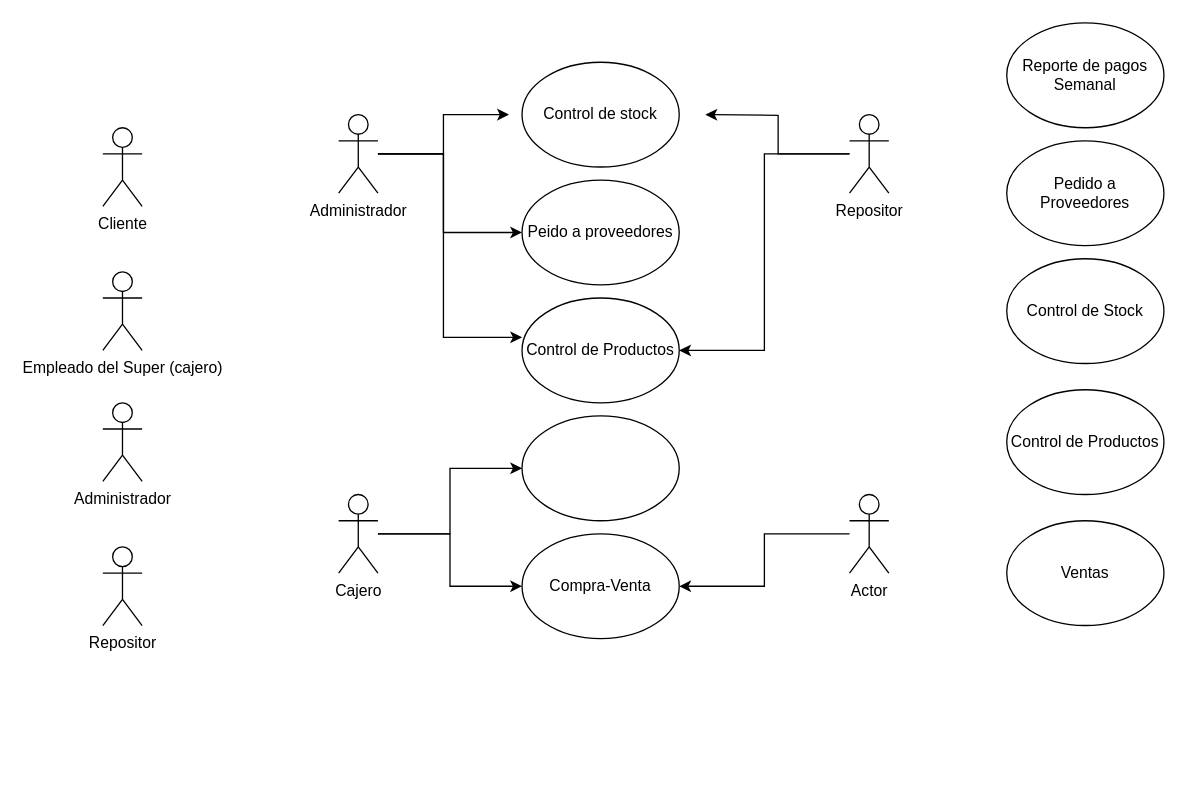
This is 03-Intro_to_QA/Diagrama sin título.drawio from MrHelmet96/Quality_Control_Automation, a draw.io file, before an edit. Source tidied: cells renumbered, new cells numbered last; positions are measured from the earlier drawing's top-left corner, leaving out a move shared by most shapes. Both pictures are drawn from the tidied source at 131%, with x=0, y=0 at pixel (102, 22).
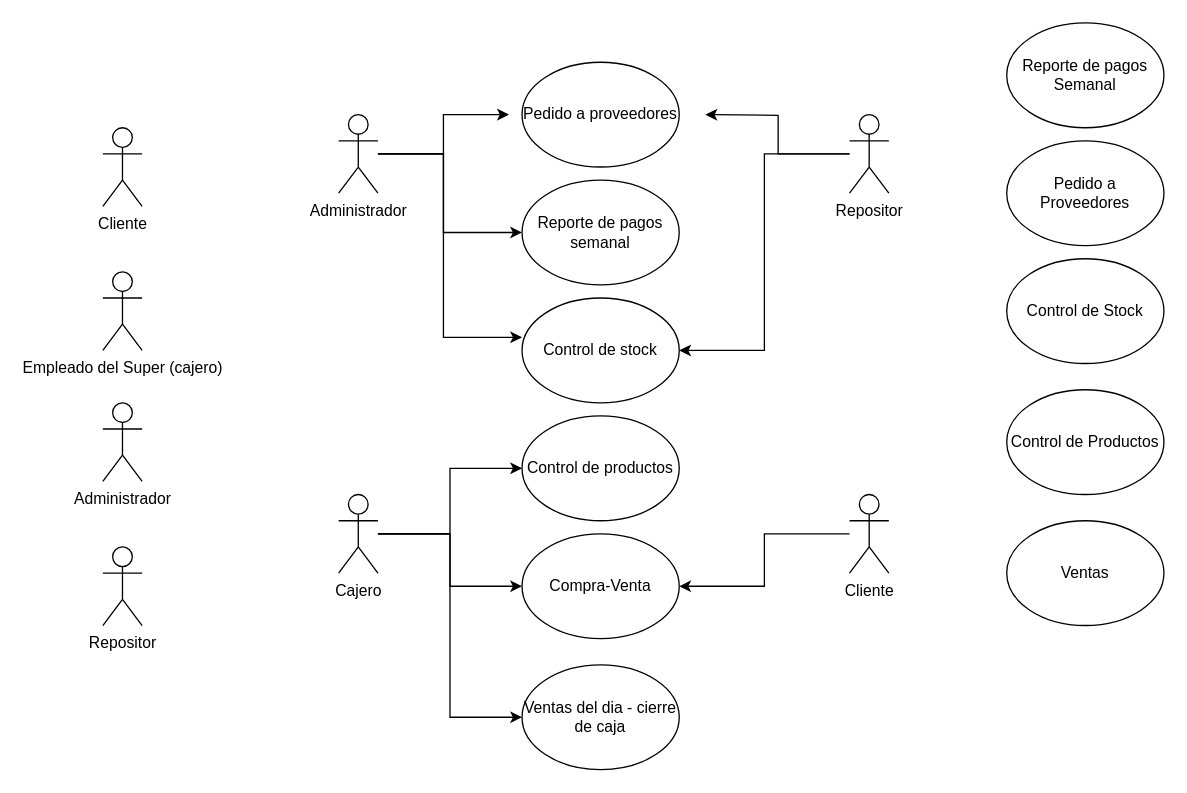
After the change.

Unchanged cells that the change refers to:
```xml
<mxCell id="13" value="Cajero" style="shape=umlActor;verticalLabelPosition=bottom;verticalAlign=top;html=1;outlineConnect=0;" parent="1" vertex="1">
  <mxGeometry x="180" y="360" width="30" height="60" as="geometry" />
</mxCell>
```

Diff of the diagram source:
```diff
@@
-    <mxCell id="10" value="Actor" style="shape=umlActor;verticalLabelPosition=bottom;verticalAlign=top;html=1;outlineConnect=0;" parent="1" vertex="1">
+    <mxCell id="10" value="Cliente" style="shape=umlActor;verticalLabelPosition=bottom;verticalAlign=top;html=1;outlineConnect=0;" parent="1" vertex="1">
       <mxGeometry x="570" y="360" width="30" height="60" as="geometry" />
     </mxCell>
@@
+    <mxCell id="28" style="edgeStyle=orthogonalEdgeStyle;rounded=0;jettySize=auto;html=1;entryX=0;entryY=0.5;entryDx=0;entryDy=0;" parent="1" edge="1" source="13" target="29">
+      <mxGeometry relative="1" as="geometry" />
+    </mxCell>
@@
-    <mxCell id="14" value="Control de stock" style="ellipse;whiteSpace=wrap;html=1;" parent="1" vertex="1">
+    <mxCell id="14" value="Pedido a proveedores" style="ellipse;whiteSpace=wrap;html=1;" parent="1" vertex="1">
       <mxGeometry x="320" y="30" width="120" height="80" as="geometry" />
     </mxCell>
-    <mxCell id="15" value="Peido a proveedores" style="ellipse;whiteSpace=wrap;html=1;" parent="1" vertex="1">
+    <mxCell id="15" value="Reporte de pagos semanal" style="ellipse;whiteSpace=wrap;html=1;" parent="1" vertex="1">
       <mxGeometry x="320" y="120" width="120" height="80" as="geometry" />
     </mxCell>
-    <mxCell id="16" value="Control de Productos" style="ellipse;whiteSpace=wrap;html=1;" parent="1" vertex="1">
+    <mxCell id="16" value="Control de stock" style="ellipse;whiteSpace=wrap;html=1;" parent="1" vertex="1">
       <mxGeometry x="320" y="210" width="120" height="80" as="geometry" />
     </mxCell>
-    <mxCell id="17" style="ellipse;whiteSpace=wrap;html=1;" parent="1" vertex="1">
+    <mxCell id="17" value="Control de productos" style="ellipse;whiteSpace=wrap;html=1;" parent="1" vertex="1">
       <mxGeometry x="320" y="300" width="120" height="80" as="geometry" />
     </mxCell>
@@
+    <mxCell id="29" value="Ventas del dia - cierre de caja" style="ellipse;whiteSpace=wrap;html=1;" parent="1" vertex="1">
+      <mxGeometry x="320" y="490" width="120" height="80" as="geometry" />
+    </mxCell>
```
